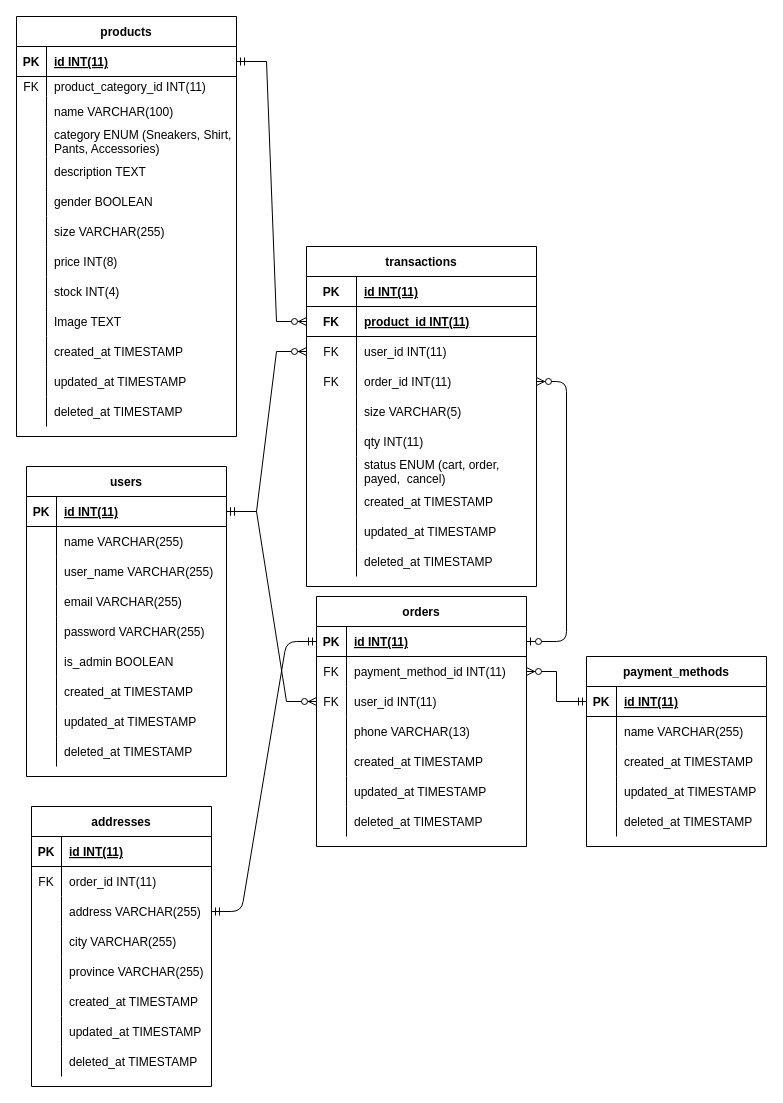
This is ERD/ERD Olshop.drawio from e-commerce-group-1/BE, a draw.io file, before an edit. Source tidied: cells renumbered, new cells numbered last; positions are measured from the earlier drawing's top-left corner, leaving out a move shared by most shapes. Both pictures are drawn from the tidied source at 100%, with x=0, y=0 at pixel (16, 16).
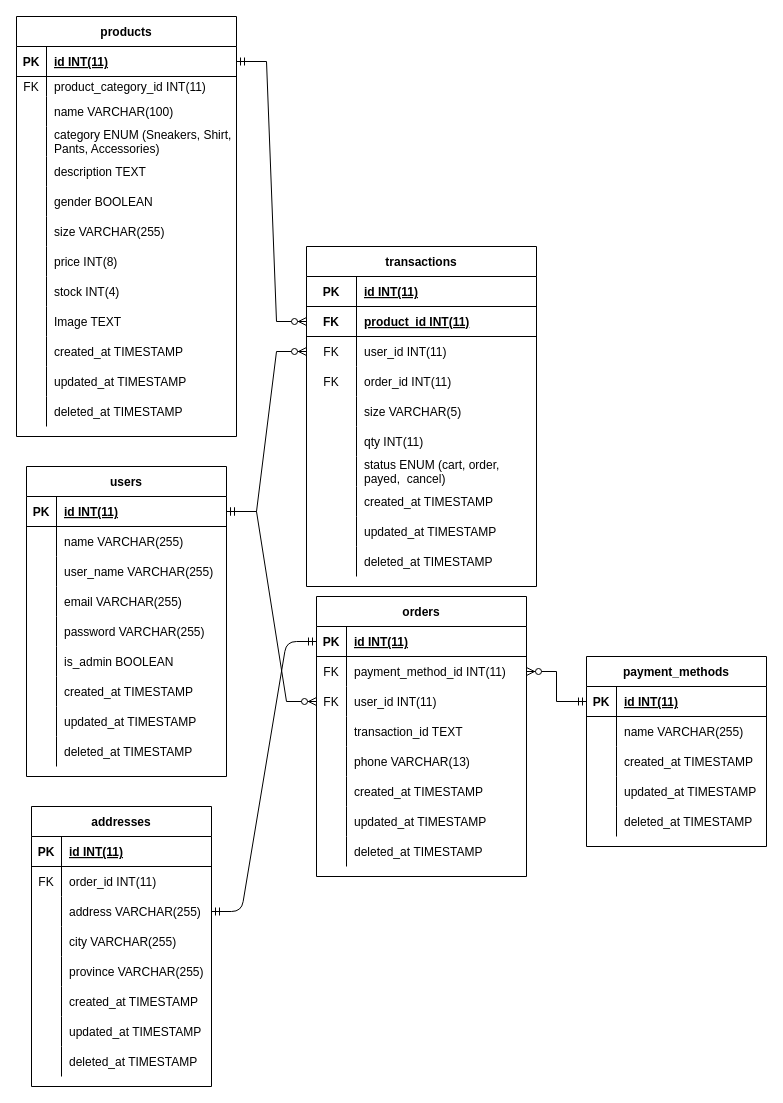
The same diagram, later.

Unchanged cells that the change refers to:
```xml
<mxCell id="96" style="shape=tableRow;horizontal=0;startSize=0;swimlaneHead=0;swimlaneBody=0;fillColor=none;points=[[0,0.5],[1,0.5]];portConstraint=eastwest;top=0;left=0;right=0;bottom=0;" parent="86" vertex="1">
  <mxGeometry y="120" width="230" height="30" as="geometry" />
</mxCell>
<mxCell id="145" style="shape=tableRow;horizontal=0;startSize=0;swimlaneHead=0;swimlaneBody=0;fillColor=none;points=[[0,0.5],[1,0.5]];portConstraint=eastwest;top=0;left=0;right=0;bottom=1;" parent="144" vertex="1">
  <mxGeometry y="30" width="210" height="30" as="geometry" />
</mxCell>
```

Change to the diagram source:
```diff
@@
     <mxCell id="144" value="orders" style="shape=table;startSize=30;childLayout=tableLayout;rowLines=0;fontStyle=1;align=center;" parent="1" vertex="1">
-      <mxGeometry x="300" y="580" width="210" height="250" as="geometry" />
+      <mxGeometry x="300" y="580" width="210" height="280" as="geometry" />
     </mxCell>
@@
+    <mxCell id="169" style="shape=tableRow;horizontal=0;startSize=0;swimlaneHead=0;swimlaneBody=0;fillColor=none;top=0;left=0;right=0;bottom=0;" parent="144" vertex="1">
+      <mxGeometry y="120" width="210" height="30" as="geometry" />
+    </mxCell>
+    <mxCell id="170" style="shape=partialRectangle;fillColor=none;top=0;left=0;bottom=0;right=0;overflow=hidden;" parent="169" vertex="1">
+      <mxGeometry width="30" height="30" as="geometry" />
+    </mxCell>
+    <mxCell id="171" value="transaction_id TEXT" style="shape=partialRectangle;fillColor=none;top=0;left=0;bottom=0;right=0;align=left;spacingLeft=6;overflow=hidden;" parent="169" vertex="1">
+      <mxGeometry x="30" width="180" height="30" as="geometry" />
+    </mxCell>
     <mxCell id="154" style="shape=tableRow;horizontal=0;startSize=0;swimlaneHead=0;swimlaneBody=0;fillColor=none;top=0;left=0;right=0;bottom=0;" parent="144" vertex="1">
-      <mxGeometry y="120" width="210" height="30" as="geometry" />
+      <mxGeometry y="150" width="210" height="30" as="geometry" />
     </mxCell>
@@
     <mxCell id="157" style="shape=tableRow;horizontal=0;startSize=0;swimlaneHead=0;swimlaneBody=0;fillColor=none;top=0;left=0;right=0;bottom=0;" parent="144" vertex="1">
-      <mxGeometry y="150" width="210" height="30" as="geometry" />
+      <mxGeometry y="180" width="210" height="30" as="geometry" />
     </mxCell>
@@
     <mxCell id="160" style="shape=tableRow;horizontal=0;startSize=0;swimlaneHead=0;swimlaneBody=0;fillColor=none;top=0;left=0;right=0;bottom=0;" parent="144" vertex="1">
-      <mxGeometry y="180" width="210" height="30" as="geometry" />
+      <mxGeometry y="210" width="210" height="30" as="geometry" />
     </mxCell>
@@
     <mxCell id="163" style="shape=tableRow;horizontal=0;startSize=0;swimlaneHead=0;swimlaneBody=0;fillColor=none;top=0;left=0;right=0;bottom=0;" parent="144" vertex="1">
-      <mxGeometry y="210" width="210" height="30" as="geometry" />
+      <mxGeometry y="240" width="210" height="30" as="geometry" />
     </mxCell>
@@
-    <mxCell id="169" style="edgeStyle=entityRelationEdgeStyle;fontSize=12;html=1;endArrow=ERzeroToMany;startArrow=ERzeroToOne;" parent="1" edge="1" source="145" target="96">
-      <mxGeometry relative="1" as="geometry" />
-    </mxCell>
```
